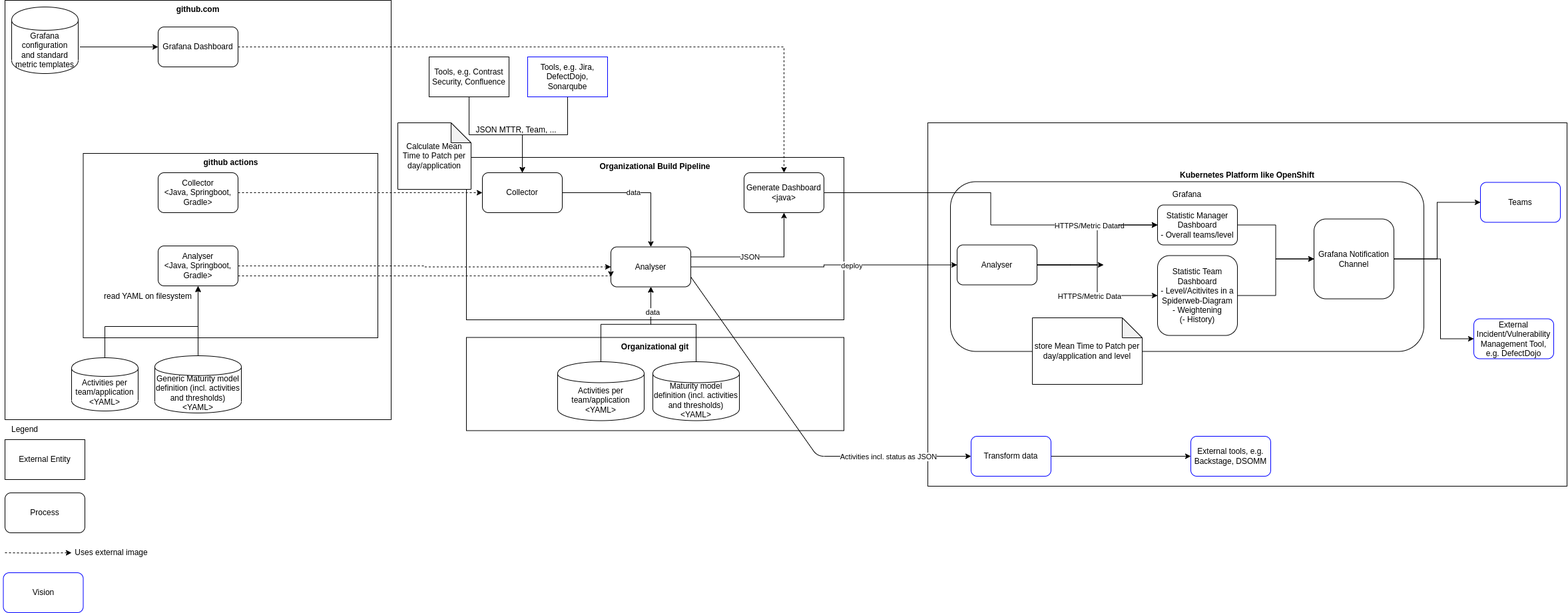
Above: docs/architecture.png in devsecopsmaturitymodel/metricCA (draw.io), before the change. Source tidied: cells renumbered, new cells last; positions are measured from the earlier drawing's top-left corner, leaving out a move shared by most shapes.
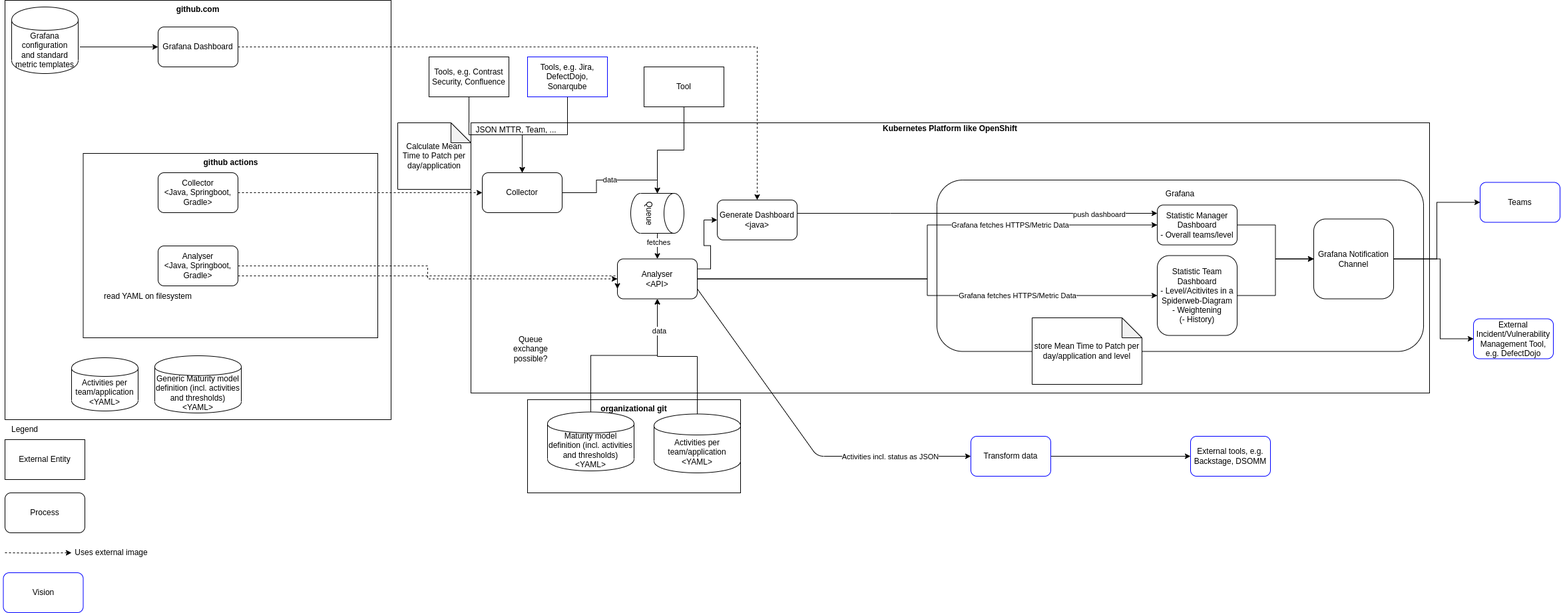
The same diagram one commit later.

Diff of the diagram source:
```diff
@@ -3,7 +3,7 @@
     <mxCell id="0" />
     <mxCell id="1" parent="0" />
     <mxCell id="2" value="&lt;b&gt;Kubernetes Platform like OpenShift&lt;br&gt;&lt;/b&gt;&lt;br&gt;&lt;br&gt;&lt;br&gt;&lt;br&gt;&lt;br&gt;&lt;br&gt;&lt;br&gt;&lt;br&gt;&lt;br&gt;&lt;br&gt;&lt;br&gt;&lt;br&gt;&lt;br&gt;&lt;br&gt;&lt;br&gt;&lt;br&gt;&lt;br&gt;&lt;br&gt;&lt;br&gt;&lt;br&gt;&lt;br&gt;&lt;br&gt;&lt;br&gt;&lt;br&gt;&lt;br&gt;&lt;br&gt;&lt;br&gt;" style="rounded=0;whiteSpace=wrap;html=1;" parent="1" vertex="1">
-      <mxGeometry x="1388" y="184" width="960" height="546" as="geometry" />
+      <mxGeometry x="702" y="184" width="1440" height="406" as="geometry" />
     </mxCell>
     <mxCell id="3" value="github.com" style="rounded=0;whiteSpace=wrap;html=1;verticalAlign=top;fontStyle=1;" parent="1" vertex="1">
       <mxGeometry x="2" width="580" height="630" as="geometry" />
@@ -23,25 +23,14 @@
     <mxCell id="8" value="Analyser&lt;br&gt;&amp;lt;Java, Springboot, Gradle&amp;gt;" style="rounded=1;whiteSpace=wrap;html=1;" parent="1" vertex="1">
       <mxGeometry x="232" y="369" width="120" height="60" as="geometry" />
     </mxCell>
-    <mxCell id="9" style="endArrow=classic;html=1;rounded=0;entryX=1;entryY=0;entryDx=0;entryDy=0;exitX=0.5;exitY=0;exitDx=0;exitDy=0;" parent="1" edge="1" source="56" target="10">
-      <mxGeometry relative="1" as="geometry">
-        <Array as="points">
-          <mxPoint x="152" y="490" />
-          <mxPoint x="292" y="490" />
-        </Array>
-      </mxGeometry>
-    </mxCell>
     <mxCell id="10" value="read YAML on filesystem" style="text;html=1;strokeColor=none;fillColor=none;align=center;verticalAlign=middle;whiteSpace=wrap;rounded=0;" parent="1" vertex="1">
       <mxGeometry x="142" y="430" width="150" height="30" as="geometry" />
     </mxCell>
-    <mxCell id="11" style="edgeStyle=orthogonalEdgeStyle;rounded=0;jettySize=auto;html=1;entryX=0.5;entryY=1;entryDx=0;entryDy=0;exitX=0.5;exitY=0;exitDx=0;exitDy=0;" parent="1" edge="1" source="55" target="8">
-      <mxGeometry relative="1" as="geometry" />
-    </mxCell>
     <mxCell id="12" value="External Incident/Vulnerability Management Tool, e.g. DefectDojo" style="rounded=1;whiteSpace=wrap;html=1;strokeColor=#0000FF;" parent="1" vertex="1">
       <mxGeometry x="2208" y="478.5" width="120" height="60" as="geometry" />
     </mxCell>
     <mxCell id="13" value="Grafana&lt;br&gt;&lt;br&gt;&lt;br&gt;&lt;br&gt;&lt;br&gt;&lt;br&gt;&lt;br&gt;&lt;br&gt;&lt;br&gt;&lt;br&gt;&lt;br&gt;&lt;br&gt;&lt;br&gt;&lt;br&gt;&lt;br&gt;&lt;br&gt;" style="rounded=1;whiteSpace=wrap;html=1;" parent="1" vertex="1">
-      <mxGeometry x="1422" y="272.5" width="711" height="255" as="geometry" />
+      <mxGeometry x="1402" y="270" width="731" height="257.5" as="geometry" />
     </mxCell>
     <mxCell id="14" style="edgeStyle=orthogonalEdgeStyle;rounded=0;jettySize=auto;html=1;" parent="1" edge="1" source="15" target="20">
       <mxGeometry relative="1" as="geometry" />
@@ -69,12 +58,9 @@
     <mxCell id="20" value="Grafana Notification Channel" style="rounded=1;whiteSpace=wrap;html=1;" parent="1" vertex="1">
       <mxGeometry x="1968" y="328.5" width="120" height="120" as="geometry" />
     </mxCell>
-    <mxCell id="21" value="&lt;b&gt;Organizational git&lt;/b&gt;" style="rounded=0;whiteSpace=wrap;html=1;verticalAlign=top;" parent="1" vertex="1">
-      <mxGeometry x="695" y="506.5" width="567" height="140" as="geometry" />
+    <mxCell id="21" value="&lt;b&gt;organizational git&lt;/b&gt;" style="rounded=0;whiteSpace=wrap;html=1;verticalAlign=top;" parent="1" vertex="1">
+      <mxGeometry x="787" y="600" width="320" height="140" as="geometry" />
     </mxCell>
-    <mxCell id="22" value="&lt;b&gt;Organizational Build Pipeline&lt;/b&gt;" style="rounded=0;whiteSpace=wrap;html=1;verticalAlign=top;" parent="1" vertex="1">
-      <mxGeometry x="695" y="236" width="567" height="244" as="geometry" />
-    </mxCell>
     <mxCell id="23" style="edgeStyle=orthogonalEdgeStyle;rounded=0;jettySize=auto;html=1;entryX=0.5;entryY=0;entryDx=0;entryDy=0;" parent="1" edge="1" source="24" target="27">
       <mxGeometry relative="1" as="geometry" />
     </mxCell>
@@ -84,25 +70,17 @@
     <mxCell id="25" value="JSON MTTR, Team, ..." style="text;html=1;strokeColor=none;fillColor=none;align=center;verticalAlign=middle;whiteSpace=wrap;rounded=0;" parent="1" vertex="1">
       <mxGeometry x="695" y="180" width="150" height="30" as="geometry" />
     </mxCell>
-    <mxCell id="26" value="data" style="edgeStyle=orthogonalEdgeStyle;rounded=0;jettySize=auto;html=1;" parent="1" edge="1" source="27" target="31">
+    <mxCell id="26" value="data" style="edgeStyle=orthogonalEdgeStyle;rounded=0;jettySize=auto;html=1;entryX=0;entryY=0.5;entryDx=0;entryDy=0;entryPerimeter=0;" parent="1" edge="1" source="27" target="72">
       <mxGeometry relative="1" as="geometry" />
     </mxCell>
     <mxCell id="27" value="Collector" style="rounded=1;whiteSpace=wrap;html=1;" parent="1" vertex="1">
       <mxGeometry x="719" y="259" width="120" height="60" as="geometry" />
     </mxCell>
-    <mxCell id="28" style="edgeStyle=orthogonalEdgeStyle;rounded=0;jettySize=auto;html=1;" parent="1" edge="1" source="31" target="63">
-      <mxGeometry relative="1" as="geometry" />
-    </mxCell>
-    <mxCell id="29" value="deploy" style="edgeLabel;html=1;align=center;verticalAlign=middle;" parent="28" vertex="1">
-      <mxGeometry x="0.36" y="-1" relative="1" as="geometry">
-        <mxPoint x="-30" as="offset" />
-      </mxGeometry>
-    </mxCell>
-    <mxCell id="30" value="data" style="edgeStyle=orthogonalEdgeStyle;rounded=0;jettySize=auto;html=1;" parent="1" edge="1" source="53" target="31">
-      <mxGeometry x="0.59" y="-3" relative="1" as="geometry" />
-    </mxCell>
+    <mxCell id="35" style="edgeStyle=orthogonalEdgeStyle;rounded=0;jettySize=auto;html=1;entryX=0;entryY=0.5;entryDx=0;entryDy=0;exitX=1;exitY=0.25;exitDx=0;exitDy=0;" parent="1" edge="1" source="31" target="43">
+      <mxGeometry relative="1" as="geometry" />
+    </mxCell>
-    <mxCell id="31" value="Analyser" style="rounded=1;whiteSpace=wrap;html=1;" parent="1" vertex="1">
-      <mxGeometry x="912" y="370.5" width="120" height="60" as="geometry" />
+    <mxCell id="31" value="Analyser&lt;br&gt;&amp;lt;API&amp;gt;" style="rounded=1;whiteSpace=wrap;html=1;" parent="1" vertex="1">
+      <mxGeometry x="922" y="388.5" width="120" height="60" as="geometry" />
     </mxCell>
     <mxCell id="32" value="Teams" style="rounded=1;whiteSpace=wrap;html=1;strokeColor=#0000FF;" parent="1" vertex="1">
       <mxGeometry x="2218" y="273.5" width="120" height="60" as="geometry" />
@@ -113,11 +91,6 @@
     <mxCell id="34" value="Collector&lt;br&gt;&amp;lt;Java, Springboot, Gradle&amp;gt;" style="rounded=1;whiteSpace=wrap;html=1;" parent="1" vertex="1">
       <mxGeometry x="232" y="259" width="120" height="60" as="geometry" />
     </mxCell>
-    <mxCell id="35" value="JSON" style="edgeStyle=orthogonalEdgeStyle;rounded=0;jettySize=auto;html=1;exitX=1;exitY=0.25;exitDx=0;exitDy=0;" parent="1" edge="1" source="31" target="43">
-      <mxGeometry x="0.01" y="15" relative="1" as="geometry">
-        <mxPoint x="-15" y="15" as="offset" />
-      </mxGeometry>
-    </mxCell>
     <mxCell id="36" style="edgeStyle=orthogonalEdgeStyle;rounded=0;jettySize=auto;html=1;dashed=1;entryX=0;entryY=0.75;entryDx=0;entryDy=0;" parent="1" edge="1" target="31">
       <mxGeometry relative="1" as="geometry">
         <mxPoint x="352" y="414" as="sourcePoint" />
@@ -139,7 +112,12 @@
       <mxGeometry x="1545" y="477" width="165" height="100" as="geometry" />
     </mxCell>
     <mxCell id="41" style="edgeStyle=orthogonalEdgeStyle;rounded=0;jettySize=auto;html=1;" parent="1" edge="1" source="43" target="17">
-      <mxGeometry relative="1" as="geometry" />
+      <mxGeometry relative="1" as="geometry">
+        <Array as="points">
+          <mxPoint x="1332" y="320" />
+          <mxPoint x="1332" y="320" />
+        </Array>
+      </mxGeometry>
     </mxCell>
     <mxCell id="42" value="push dashboard" style="edgeLabel;html=1;align=center;verticalAlign=middle;" parent="41" vertex="1">
       <mxGeometry x="0.67" y="-4" relative="1" as="geometry">
@@ -147,7 +125,7 @@
       </mxGeometry>
     </mxCell>
     <mxCell id="43" value="Generate Dashboard&lt;br&gt;&amp;lt;java&amp;gt;" style="rounded=1;whiteSpace=wrap;html=1;" parent="1" vertex="1">
-      <mxGeometry x="1112" y="259" width="120" height="60" as="geometry" />
+      <mxGeometry x="1072" y="300" width="120" height="60" as="geometry" />
     </mxCell>
     <mxCell id="44" style="edgeStyle=orthogonalEdgeStyle;rounded=0;jettySize=auto;html=1;" parent="1" edge="1" source="45" target="38">
       <mxGeometry relative="1" as="geometry" />
@@ -184,8 +162,11 @@
     <mxCell id="52" value="Uses external image" style="text;html=1;strokeColor=none;fillColor=none;align=center;verticalAlign=middle;whiteSpace=wrap;rounded=0;" parent="1" vertex="1">
       <mxGeometry x="102" y="820" width="120" height="20" as="geometry" />
     </mxCell>
+    <mxCell id="30" style="edgeStyle=orthogonalEdgeStyle;rounded=0;jettySize=auto;html=1;entryX=0.5;entryY=1;entryDx=0;entryDy=0;" parent="1" edge="1" source="53" target="31">
+      <mxGeometry relative="1" as="geometry" />
+    </mxCell>
     <mxCell id="53" value="Maturity model definition (incl. activities and thresholds)&lt;br&gt;&amp;lt;YAML&amp;gt;" style="shape=cylinder;whiteSpace=wrap;html=1;boundedLbl=1;backgroundOutline=1;" parent="1" vertex="1">
-      <mxGeometry x="975" y="543" width="130" height="88.5" as="geometry" />
+      <mxGeometry x="817" y="618.5" width="130" height="88.5" as="geometry" />
     </mxCell>
     <mxCell id="54" value="data" style="edgeStyle=orthogonalEdgeStyle;rounded=0;jettySize=auto;html=1;entryX=0.5;entryY=1;entryDx=0;entryDy=0;exitX=0.5;exitY=0;exitDx=0;exitDy=0;" parent="1" edge="1" source="58" target="31">
       <mxGeometry x="0.59" y="-3" relative="1" as="geometry" />
@@ -200,7 +181,7 @@
       <mxGeometry x="12" y="10" width="100" height="100" as="geometry" />
     </mxCell>
     <mxCell id="58" value="Activities per team/application&lt;br&gt;&amp;lt;YAML&amp;gt;" style="shape=cylinder;whiteSpace=wrap;html=1;boundedLbl=1;backgroundOutline=1;" parent="1" vertex="1">
-      <mxGeometry x="832" y="543" width="130" height="88.5" as="geometry" />
+      <mxGeometry x="977" y="621.5" width="130" height="88.5" as="geometry" />
     </mxCell>
     <mxCell id="59" style="edgeStyle=orthogonalEdgeStyle;rounded=0;jettySize=auto;html=1;entryX=0.5;entryY=0;entryDx=0;entryDy=0;" parent="1" edge="1" source="60" target="27">
       <mxGeometry relative="1" as="geometry" />
@@ -211,29 +192,41 @@
     <mxCell id="61" value="Vision" style="rounded=1;whiteSpace=wrap;html=1;strokeColor=#0000FF;" parent="1" vertex="1">
       <mxGeometry x="-0.5" y="860" width="120" height="60" as="geometry" />
     </mxCell>
-    <mxCell id="62" style="edgeStyle=orthogonalEdgeStyle;rounded=0;jettySize=auto;html=1;" parent="1" edge="1" source="63">
-      <mxGeometry relative="1" as="geometry">
-        <mxPoint x="1652" y="397.5" as="targetPoint" />
-      </mxGeometry>
-    </mxCell>
-    <mxCell id="63" value="Analyser" style="rounded=1;whiteSpace=wrap;html=1;" parent="1" vertex="1">
-      <mxGeometry x="1432" y="367.5" width="120" height="60" as="geometry" />
-    </mxCell>
-    <mxCell id="64" style="edgeStyle=orthogonalEdgeStyle;rounded=0;jettySize=auto;html=1;exitX=1;exitY=0.5;exitDx=0;exitDy=0;" parent="1" edge="1" source="63" target="15">
+    <mxCell id="64" style="edgeStyle=orthogonalEdgeStyle;rounded=0;jettySize=auto;html=1;exitX=1;exitY=0.5;exitDx=0;exitDy=0;" parent="1" edge="1" source="31" target="15">
       <mxGeometry relative="1" as="geometry" />
     </mxCell>
-    <mxCell id="65" value="HTTPS/Metric Data" style="edgeLabel;html=1;align=center;verticalAlign=middle;" parent="64" vertex="1">
+    <mxCell id="65" value="Grafana fetches HTTPS/Metric Data" style="edgeLabel;html=1;align=center;verticalAlign=middle;" parent="64" vertex="1">
       <mxGeometry x="0.36" y="-1" relative="1" as="geometry">
-        <mxPoint x="-30" as="offset" />
+        <mxPoint x="16" y="-1" as="offset" />
       </mxGeometry>
     </mxCell>
-    <mxCell id="66" style="edgeStyle=orthogonalEdgeStyle;rounded=0;jettySize=auto;html=1;exitX=1;exitY=0.5;exitDx=0;exitDy=0;entryX=0;entryY=0.5;entryDx=0;entryDy=0;" parent="1" edge="1" source="63" target="17">
+    <mxCell id="66" style="edgeStyle=orthogonalEdgeStyle;rounded=0;jettySize=auto;html=1;exitX=1;exitY=0.5;exitDx=0;exitDy=0;entryX=0;entryY=0.5;entryDx=0;entryDy=0;" parent="1" edge="1" source="31" target="17">
       <mxGeometry relative="1" as="geometry" />
     </mxCell>
-    <mxCell id="67" value="HTTPS/Metric Data" style="edgeLabel;html=1;align=center;verticalAlign=middle;" parent="66" vertex="1">
+    <mxCell id="67" value="Grafana fetches HTTPS/Metric Data" style="edgeLabel;html=1;align=center;verticalAlign=middle;" parent="66" vertex="1">
       <mxGeometry x="0.36" y="-1" relative="1" as="geometry">
-        <mxPoint x="-30" as="offset" />
+        <mxPoint x="23" y="-1" as="offset" />
       </mxGeometry>
     </mxCell>
+    <mxCell id="68" style="edgeStyle=orthogonalEdgeStyle;rounded=0;jettySize=auto;html=1;entryX=0.5;entryY=0;entryDx=0;entryDy=0;" parent="1" edge="1" source="72" target="31">
+      <mxGeometry relative="1" as="geometry" />
+    </mxCell>
+    <mxCell id="69" value="fetches" style="edgeLabel;html=1;align=center;verticalAlign=middle;" parent="68" vertex="1">
+      <mxGeometry x="-0.44" y="1" relative="1" as="geometry">
+        <mxPoint y="1" as="offset" />
+      </mxGeometry>
+    </mxCell>
+    <mxCell id="70" style="edgeStyle=orthogonalEdgeStyle;rounded=0;jettySize=auto;html=1;" parent="1" edge="1" source="71" target="72">
+      <mxGeometry relative="1" as="geometry" />
+    </mxCell>
+    <mxCell id="71" value="Tool" style="rounded=0;whiteSpace=wrap;html=1;" parent="1" vertex="1">
+      <mxGeometry x="962" y="100" width="120" height="60" as="geometry" />
+    </mxCell>
+    <mxCell id="72" value="Queue" style="shape=cylinder3;whiteSpace=wrap;html=1;boundedLbl=1;backgroundOutline=1;size=15;rotation=90;" parent="1" vertex="1">
+      <mxGeometry x="952" y="280" width="60" height="80" as="geometry" />
+    </mxCell>
+    <mxCell id="73" value="Queue exchange possible?" style="text;html=1;strokeColor=none;fillColor=none;align=center;verticalAlign=middle;whiteSpace=wrap;rounded=0;" parent="1" vertex="1">
+      <mxGeometry x="762" y="508.5" width="60" height="30" as="geometry" />
+    </mxCell>
   </root>
 </mxGraphModel>
```
